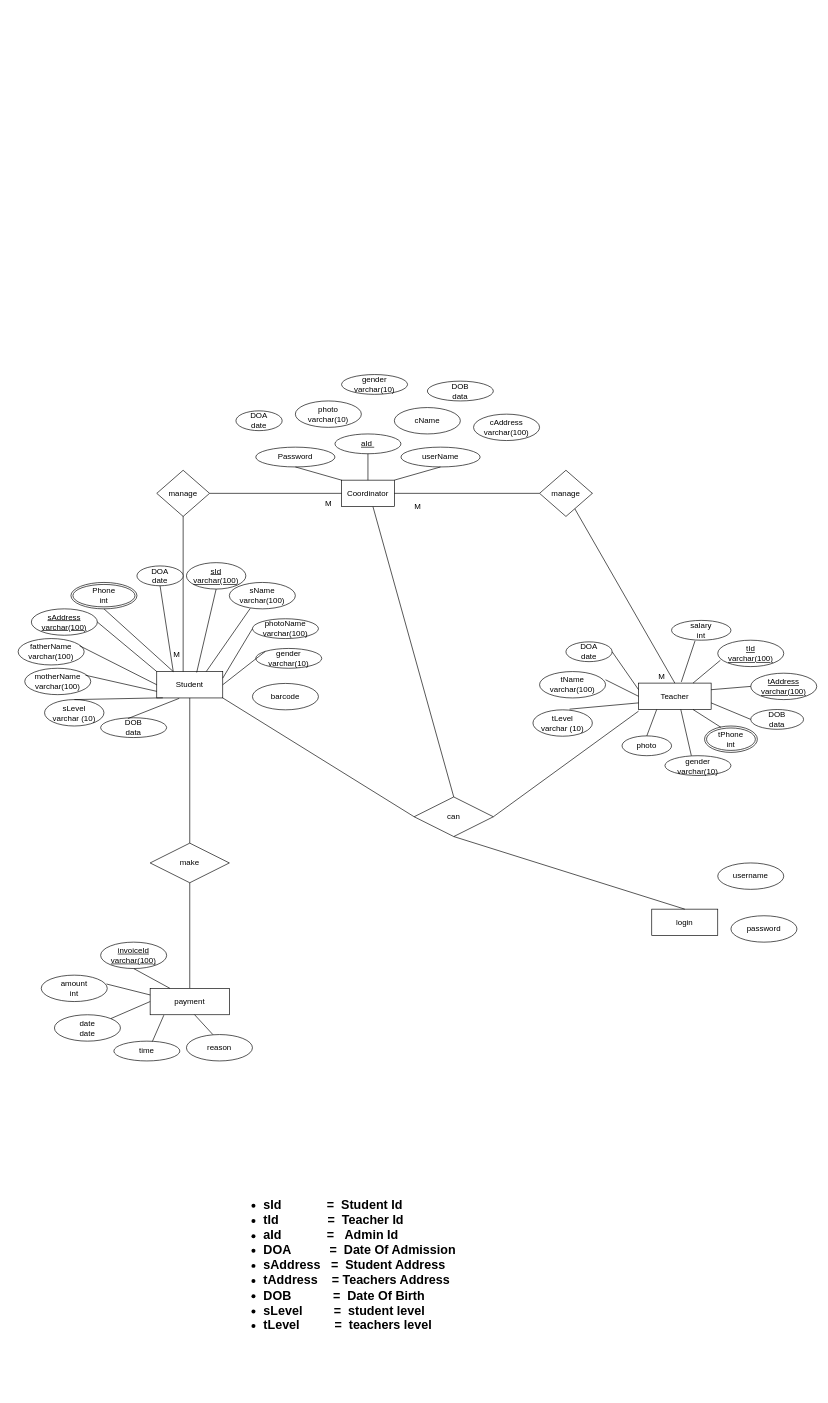
Dulara-Akalanka/Group-Software-Project keeps this draw.io diagram as ER-Diagram.drawio. Above is the earlier version. Source tidied: cells renumbered, new cells numbered last; positions are measured from the earlier drawing's top-left corner, leaving out a move shared by most shapes. Both pictures are drawn from the tidied source at 66%, with x=0, y=0 at pixel (18, 374).
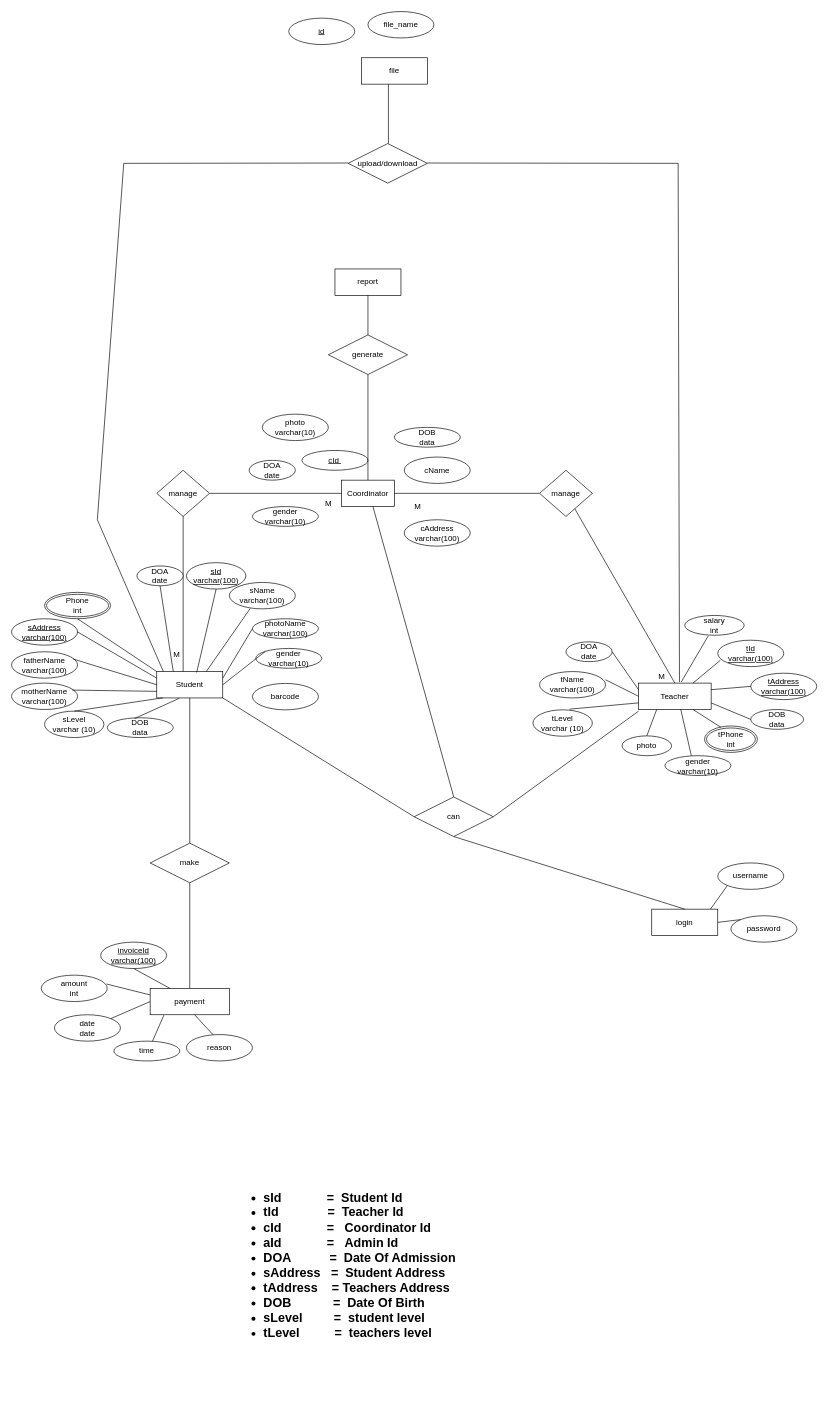
Above is the later version.

The change refers to these unchanged cells:
```xml
<mxCell id="2" value="Student" style="whiteSpace=wrap;html=1;align=center;" parent="1" vertex="1">
  <mxGeometry x="210" y="450" width="100" height="40" as="geometry" />
</mxCell>
<mxCell id="3" value="Teacher" style="whiteSpace=wrap;html=1;align=center;" parent="1" vertex="1">
  <mxGeometry x="940" y="467.5" width="110" height="40" as="geometry" />
</mxCell>
<mxCell id="29" value="Coordinator" style="whiteSpace=wrap;html=1;align=center;" parent="1" vertex="1">
  <mxGeometry x="490" y="160" width="80" height="40" as="geometry" />
</mxCell>
<mxCell id="88" value="login" style="whiteSpace=wrap;html=1;align=center;" parent="1" vertex="1">
  <mxGeometry x="960" y="810" width="100" height="40" as="geometry" />
</mxCell>
<mxCell id="93" value="username" style="ellipse;whiteSpace=wrap;html=1;align=center;" parent="1" vertex="1">
  <mxGeometry x="1060" y="740" width="100" height="40" as="geometry" />
</mxCell>
<mxCell id="94" value="password" style="ellipse;whiteSpace=wrap;html=1;align=center;" parent="1" vertex="1">
  <mxGeometry x="1080" y="820" width="100" height="40" as="geometry" />
</mxCell>
```

Diff of the diagram source:
```diff
@@
     <mxCell id="8" value="sAddress&lt;br&gt;varchar(100)" style="ellipse;whiteSpace=wrap;html=1;align=center;fontStyle=4;" parent="1" vertex="1">
-      <mxGeometry x="20" y="355" width="100" height="40" as="geometry" />
+      <mxGeometry x="-10" y="370" width="100" height="40" as="geometry" />
     </mxCell>
@@
     <mxCell id="10" value="Phone&lt;br&gt;int" style="ellipse;shape=doubleEllipse;margin=3;whiteSpace=wrap;html=1;align=center;" parent="1" vertex="1">
-      <mxGeometry x="80" y="315" width="100" height="40" as="geometry" />
+      <mxGeometry x="40" y="330" width="100" height="40" as="geometry" />
     </mxCell>
@@
     <mxCell id="12" value="motherName&lt;br&gt;varchar(100)" style="ellipse;whiteSpace=wrap;html=1;align=center;" parent="1" vertex="1">
-      <mxGeometry x="10" y="445" width="100" height="40" as="geometry" />
+      <mxGeometry x="-10" y="467.5" width="100" height="40" as="geometry" />
     </mxCell>
     <mxCell id="13" value="fatherName&lt;br&gt;varchar(100)" style="ellipse;whiteSpace=wrap;html=1;align=center;" parent="1" vertex="1">
-      <mxGeometry y="400" width="100" height="40" as="geometry" />
+      <mxGeometry x="-10" y="420" width="100" height="40" as="geometry" />
     </mxCell>
     <mxCell id="14" value="DOB&lt;br&gt;data" style="ellipse;whiteSpace=wrap;html=1;align=center;" parent="1" vertex="1">
-      <mxGeometry x="125" y="520" width="100" height="30" as="geometry" />
+      <mxGeometry x="135" y="520" width="100" height="30" as="geometry" />
     </mxCell>
@@
-    <mxCell id="25" style="endArrow=none;html=1;rounded=0;entryX=0;entryY=0;entryDx=0;entryDy=0;exitX=1;exitY=0.5;exitDx=0;exitDy=0;" parent="1" edge="1" source="8" target="2">
+    <mxCell id="25" style="endArrow=none;html=1;rounded=0;entryX=0;entryY=0.25;entryDx=0;entryDy=0;exitX=1;exitY=0.5;exitDx=0;exitDy=0;entryPerimeter=0;" parent="1" edge="1" source="8" target="2">
       <mxGeometry relative="1" as="geometry" />
     </mxCell>
-    <mxCell id="26" style="endArrow=none;html=1;rounded=0;exitX=0.25;exitY=0;exitDx=0;exitDy=0;entryX=0.5;entryY=1;entryDx=0;entryDy=0;" parent="1" edge="1" source="2" target="10">
+    <mxCell id="26" style="endArrow=none;html=1;rounded=0;exitX=0;exitY=0;exitDx=0;exitDy=0;entryX=0.5;entryY=1;entryDx=0;entryDy=0;" parent="1" edge="1" source="2" target="10">
       <mxGeometry relative="1" as="geometry" />
     </mxCell>
@@
     <mxCell id="44" value="salary&lt;br&gt;int" style="ellipse;whiteSpace=wrap;html=1;" parent="1" vertex="1">
-      <mxGeometry x="990" y="372.5" width="90" height="30" as="geometry" />
+      <mxGeometry x="1010" y="365" width="90" height="30" as="geometry" />
     </mxCell>
@@
-    <mxCell id="55" value="&lt;blockquote style=&quot;margin: 0 0 0 40px; border: none; padding: 0px;&quot;&gt;&lt;div style=&quot;&quot;&gt;&lt;div style=&quot;font-size: 19px;&quot;&gt;&lt;ul&gt;&lt;li&gt;&lt;b&gt;&lt;span style=&quot;background-color: initial;&quot;&gt;sId&amp;nbsp; &amp;nbsp; &amp;nbsp; &amp;nbsp; &amp;nbsp; &amp;nbsp; &amp;nbsp;=&amp;nbsp;&amp;nbsp;&lt;/span&gt;&lt;span style=&quot;background-color: initial;&quot;&gt;Student Id&lt;/span&gt;&lt;/b&gt;&lt;/li&gt;&lt;li&gt;&lt;span style=&quot;background-color: initial;&quot;&gt;&lt;b&gt;tId&amp;nbsp; &amp;nbsp; &amp;nbsp; &amp;nbsp; &amp;nbsp; &amp;nbsp; &amp;nbsp; =&amp;nbsp; Teacher Id&amp;nbsp;&amp;nbsp;&lt;/b&gt;&lt;/span&gt;&lt;/li&gt;&lt;li&gt;&lt;span style=&quot;background-color: initial;&quot;&gt;&lt;b&gt;aId&amp;nbsp; &amp;nbsp; &amp;nbsp; &amp;nbsp; &amp;nbsp; &amp;nbsp; &amp;nbsp;=&amp;nbsp; &amp;nbsp;&lt;b style=&quot;border-color: var(--border-color);&quot;&gt;Admin Id&lt;/b&gt;&amp;nbsp;&amp;nbsp; &amp;nbsp; &amp;nbsp; &amp;nbsp; &amp;nbsp;&amp;nbsp;&lt;/b&gt;&lt;/span&gt;&lt;/li&gt;&lt;li&gt;&lt;span style=&quot;background-color: initial;&quot;&gt;&lt;b&gt;DOA&amp;nbsp; &amp;nbsp; &amp;nbsp; &amp;nbsp; &amp;nbsp; &amp;nbsp;=&amp;nbsp; Date Of Admission&lt;/b&gt;&lt;/span&gt;&lt;/li&gt;&lt;li&gt;&lt;span style=&quot;background-color: initial;&quot;&gt;&lt;b&gt;sAddress&amp;nbsp; &amp;nbsp;=&amp;nbsp; Student Address&lt;/b&gt;&lt;/span&gt;&lt;/li&gt;&lt;li&gt;&lt;span style=&quot;background-color: initial;&quot;&gt;&lt;b&gt;tAddress&amp;nbsp; &amp;nbsp; = Teachers Address&lt;/b&gt;&lt;/span&gt;&lt;/li&gt;&lt;li&gt;&lt;span style=&quot;background-color: initial;&quot;&gt;&lt;b&gt;DOB&amp;nbsp; &amp;nbsp; &amp;nbsp; &amp;nbsp; &amp;nbsp; &amp;nbsp; =&amp;nbsp; Date Of Birth&lt;/b&gt;&lt;/span&gt;&lt;/li&gt;&lt;li&gt;&lt;span style=&quot;background-color: initial;&quot;&gt;&lt;b&gt;sLevel&amp;nbsp; &amp;nbsp; &amp;nbsp; &amp;nbsp; &amp;nbsp;=&amp;nbsp; student level&lt;/b&gt;&lt;/span&gt;&lt;/li&gt;&lt;li&gt;&lt;span style=&quot;background-color: initial;&quot;&gt;&lt;b&gt;tLevel&amp;nbsp; &amp;nbsp; &amp;nbsp; &amp;nbsp; &amp;nbsp; =&amp;nbsp; teachers level&lt;/b&gt;&lt;/span&gt;&lt;/li&gt;&lt;/ul&gt;&lt;/div&gt;&lt;/div&gt;&lt;/blockquote&gt;" style="text;html=1;strokeColor=none;fillColor=none;align=left;verticalAlign=middle;whiteSpace=wrap;rounded=0;" parent="1" vertex="1">
+    <mxCell id="55" value="&lt;blockquote style=&quot;margin: 0 0 0 40px; border: none; padding: 0px;&quot;&gt;&lt;div style=&quot;&quot;&gt;&lt;div style=&quot;font-size: 19px;&quot;&gt;&lt;ul&gt;&lt;li&gt;&lt;b&gt;&lt;span style=&quot;background-color: initial;&quot;&gt;sId&amp;nbsp; &amp;nbsp; &amp;nbsp; &amp;nbsp; &amp;nbsp; &amp;nbsp; &amp;nbsp;=&amp;nbsp;&amp;nbsp;&lt;/span&gt;&lt;span style=&quot;background-color: initial;&quot;&gt;Student Id&lt;/span&gt;&lt;/b&gt;&lt;/li&gt;&lt;li&gt;&lt;span style=&quot;background-color: initial;&quot;&gt;&lt;b&gt;tId&amp;nbsp; &amp;nbsp; &amp;nbsp; &amp;nbsp; &amp;nbsp; &amp;nbsp; &amp;nbsp; =&amp;nbsp; Teacher Id&amp;nbsp;&lt;/b&gt;&lt;/span&gt;&lt;/li&gt;&lt;li&gt;&lt;span style=&quot;background-color: initial;&quot;&gt;&lt;b&gt;cId&amp;nbsp; &amp;nbsp; &amp;nbsp; &amp;nbsp; &amp;nbsp; &amp;nbsp; &amp;nbsp;=&amp;nbsp; &amp;nbsp;Coordinator Id&amp;nbsp;&lt;/b&gt;&lt;/span&gt;&lt;/li&gt;&lt;li&gt;&lt;span style=&quot;background-color: initial;&quot;&gt;&lt;b&gt;aId&amp;nbsp; &amp;nbsp; &amp;nbsp; &amp;nbsp; &amp;nbsp; &amp;nbsp; &amp;nbsp;=&amp;nbsp; &amp;nbsp;&lt;b style=&quot;border-color: var(--border-color);&quot;&gt;Admin Id&lt;/b&gt;&amp;nbsp;&amp;nbsp; &amp;nbsp; &amp;nbsp; &amp;nbsp; &amp;nbsp;&amp;nbsp;&lt;/b&gt;&lt;/span&gt;&lt;/li&gt;&lt;li&gt;&lt;span style=&quot;background-color: initial;&quot;&gt;&lt;b&gt;DOA&amp;nbsp; &amp;nbsp; &amp;nbsp; &amp;nbsp; &amp;nbsp; &amp;nbsp;=&amp;nbsp; Date Of Admission&lt;/b&gt;&lt;/span&gt;&lt;/li&gt;&lt;li&gt;&lt;span style=&quot;background-color: initial;&quot;&gt;&lt;b&gt;sAddress&amp;nbsp; &amp;nbsp;=&amp;nbsp; Student Address&lt;/b&gt;&lt;/span&gt;&lt;/li&gt;&lt;li&gt;&lt;span style=&quot;background-color: initial;&quot;&gt;&lt;b&gt;tAddress&amp;nbsp; &amp;nbsp; = Teachers Address&lt;/b&gt;&lt;/span&gt;&lt;/li&gt;&lt;li&gt;&lt;span style=&quot;background-color: initial;&quot;&gt;&lt;b&gt;DOB&amp;nbsp; &amp;nbsp; &amp;nbsp; &amp;nbsp; &amp;nbsp; &amp;nbsp; =&amp;nbsp; Date Of Birth&lt;/b&gt;&lt;/span&gt;&lt;/li&gt;&lt;li&gt;&lt;span style=&quot;background-color: initial;&quot;&gt;&lt;b&gt;sLevel&amp;nbsp; &amp;nbsp; &amp;nbsp; &amp;nbsp; &amp;nbsp;=&amp;nbsp; student level&lt;/b&gt;&lt;/span&gt;&lt;/li&gt;&lt;li&gt;&lt;span style=&quot;background-color: initial;&quot;&gt;&lt;b&gt;tLevel&amp;nbsp; &amp;nbsp; &amp;nbsp; &amp;nbsp; &amp;nbsp; =&amp;nbsp; teachers level&lt;/b&gt;&lt;/span&gt;&lt;/li&gt;&lt;/ul&gt;&lt;/div&gt;&lt;/div&gt;&lt;/blockquote&gt;" style="text;html=1;strokeColor=none;fillColor=none;align=left;verticalAlign=middle;whiteSpace=wrap;rounded=0;" parent="1" vertex="1">
       <mxGeometry x="290" y="1160" width="510" height="380" as="geometry" />
     </mxCell>
-    <mxCell id="56" value="&lt;u&gt;aId&amp;nbsp;&lt;/u&gt;" style="ellipse;whiteSpace=wrap;html=1;" parent="1" vertex="1">
-      <mxGeometry x="480" y="90" width="100" height="30" as="geometry" />
+    <mxCell id="56" value="&lt;u&gt;cId&amp;nbsp;&lt;/u&gt;" style="ellipse;whiteSpace=wrap;html=1;" parent="1" vertex="1">
+      <mxGeometry x="430" y="115" width="100" height="30" as="geometry" />
     </mxCell>
-    <mxCell id="57" value="userName" style="ellipse;whiteSpace=wrap;html=1;" parent="1" vertex="1">
-      <mxGeometry x="580" y="110" width="120" height="30" as="geometry" />
-    </mxCell>
-    <mxCell id="58" value="Password" style="ellipse;whiteSpace=wrap;html=1;" parent="1" vertex="1">
-      <mxGeometry x="360" y="110" width="120" height="30" as="geometry" />
-    </mxCell>
-    <mxCell id="59" style="endArrow=none;html=1;rounded=0;entryX=0.5;entryY=1;entryDx=0;entryDy=0;exitX=0.5;exitY=0;exitDx=0;exitDy=0;" parent="1" edge="1" source="29" target="56">
-      <mxGeometry relative="1" as="geometry" />
+    <mxCell id="59" style="endArrow=none;html=1;rounded=0;exitX=0.5;exitY=0;exitDx=0;exitDy=0;" parent="1" edge="1" source="29">
+      <mxGeometry relative="1" as="geometry">
+        <mxPoint x="530" as="targetPoint" />
+      </mxGeometry>
     </mxCell>
-    <mxCell id="60" style="endArrow=none;html=1;rounded=0;entryX=0.5;entryY=1;entryDx=0;entryDy=0;exitX=1;exitY=0;exitDx=0;exitDy=0;" parent="1" edge="1" source="29" target="57">
-      <mxGeometry relative="1" as="geometry" />
-    </mxCell>
-    <mxCell id="61" style="endArrow=none;html=1;rounded=0;exitX=0;exitY=0;exitDx=0;exitDy=0;entryX=0.5;entryY=1;entryDx=0;entryDy=0;" parent="1" edge="1" source="29" target="58">
-      <mxGeometry relative="1" as="geometry" />
-    </mxCell>
@@
     <mxCell id="69" value="cName" style="ellipse;whiteSpace=wrap;html=1;align=center;" parent="1" vertex="1">
-      <mxGeometry x="570" y="50" width="100" height="40" as="geometry" />
+      <mxGeometry x="585" y="125" width="100" height="40" as="geometry" />
     </mxCell>
     <mxCell id="70" value="cAddress&lt;br&gt;varchar(100)" style="ellipse;whiteSpace=wrap;html=1;align=center;" parent="1" vertex="1">
-      <mxGeometry x="690" y="60" width="100" height="40" as="geometry" />
+      <mxGeometry x="585" y="220" width="100" height="40" as="geometry" />
     </mxCell>
     <mxCell id="71" value="photo&lt;br&gt;varchar(10)" style="ellipse;whiteSpace=wrap;html=1;align=center;" parent="1" vertex="1">
-      <mxGeometry x="420" y="40" width="100" height="40" as="geometry" />
+      <mxGeometry x="370" y="60" width="100" height="40" as="geometry" />
     </mxCell>
     <mxCell id="72" value="gender&lt;br&gt;varchar(10)" style="ellipse;whiteSpace=wrap;html=1;align=center;" parent="1" vertex="1">
-      <mxGeometry x="490" width="100" height="30" as="geometry" />
+      <mxGeometry x="355" y="200" width="100" height="30" as="geometry" />
     </mxCell>
@@
     <mxCell id="74" value="DOB&lt;br&gt;data" style="ellipse;whiteSpace=wrap;html=1;align=center;" parent="1" vertex="1">
-      <mxGeometry x="620" y="10" width="100" height="30" as="geometry" />
+      <mxGeometry x="570" y="80" width="100" height="30" as="geometry" />
     </mxCell>
     <mxCell id="75" value="DOA&lt;br&gt;date" style="ellipse;whiteSpace=wrap;html=1;" parent="1" vertex="1">
-      <mxGeometry x="330" y="55" width="70" height="30" as="geometry" />
+      <mxGeometry x="350" y="130" width="70" height="30" as="geometry" />
     </mxCell>
     <mxCell id="76" value="sLevel&lt;br&gt;varchar (10)" style="ellipse;whiteSpace=wrap;html=1;align=center;" parent="1" vertex="1">
-      <mxGeometry x="40" y="492.5" width="90" height="40" as="geometry" />
+      <mxGeometry x="40" y="510" width="90" height="40" as="geometry" />
     </mxCell>
@@
+    <mxCell id="95" style="endArrow=none;html=1;rounded=0;exitX=0.89;exitY=0;exitDx=0;exitDy=0;exitPerimeter=0;entryX=0;entryY=1;entryDx=0;entryDy=0;" parent="1" edge="1" source="88" target="93">
+      <mxGeometry relative="1" as="geometry" />
+    </mxCell>
+    <mxCell id="96" style="endArrow=none;html=1;rounded=0;exitX=1;exitY=0.5;exitDx=0;exitDy=0;entryX=0;entryY=0;entryDx=0;entryDy=0;" parent="1" edge="1" source="88" target="94">
+      <mxGeometry relative="1" as="geometry" />
+    </mxCell>
+    <mxCell id="97" value="upload/download" style="shape=rhombus;perimeter=rhombusPerimeter;whiteSpace=wrap;html=1;align=center;" parent="1" vertex="1">
+      <mxGeometry x="500" y="-350" width="120" height="60" as="geometry" />
+    </mxCell>
+    <mxCell id="98" style="endArrow=none;html=1;rounded=0;entryX=0.5;entryY=1;entryDx=0;entryDy=0;" parent="1" edge="1">
+      <mxGeometry relative="1" as="geometry">
+        <mxPoint x="561" y="-350" as="sourcePoint" />
+        <mxPoint x="561" y="-440" as="targetPoint" />
+      </mxGeometry>
+    </mxCell>
+    <mxCell id="99" style="endArrow=none;html=1;rounded=0;entryX=0.564;entryY=-0.037;entryDx=0;entryDy=0;entryPerimeter=0;" parent="1" edge="1" target="3">
+      <mxGeometry relative="1" as="geometry">
+        <mxPoint x="620" y="-320.5" as="sourcePoint" />
+        <Array as="points">
+          <mxPoint x="1000" y="-320" />
+        </Array>
+      </mxGeometry>
+    </mxCell>
+    <mxCell id="100" style="endArrow=none;html=1;rounded=0;" parent="1" edge="1">
+      <mxGeometry relative="1" as="geometry">
+        <mxPoint x="220" y="450" as="sourcePoint" />
+        <mxPoint x="500" y="-320.5" as="targetPoint" />
+        <Array as="points">
+          <mxPoint x="120" y="220" />
+          <mxPoint x="160" y="-320" />
+        </Array>
+      </mxGeometry>
+    </mxCell>
+    <mxCell id="101" value="id&lt;br&gt;" style="ellipse;whiteSpace=wrap;html=1;align=center;fontStyle=4;" parent="1" vertex="1">
+      <mxGeometry x="410" y="-540" width="100" height="40" as="geometry" />
+    </mxCell>
+    <mxCell id="102" value="file_name" style="ellipse;whiteSpace=wrap;html=1;align=center;" parent="1" vertex="1">
+      <mxGeometry x="530" y="-550" width="100" height="40" as="geometry" />
+    </mxCell>
+    <mxCell id="103" value="generate" style="shape=rhombus;perimeter=rhombusPerimeter;whiteSpace=wrap;html=1;align=center;" parent="1" vertex="1">
+      <mxGeometry x="470" y="-60" width="120" height="60" as="geometry" />
+    </mxCell>
+    <mxCell id="104" value="file" style="whiteSpace=wrap;html=1;align=center;" parent="1" vertex="1">
+      <mxGeometry x="520" y="-480" width="100" height="40" as="geometry" />
+    </mxCell>
+    <mxCell id="105" value="report" style="whiteSpace=wrap;html=1;align=center;" parent="1" vertex="1">
+      <mxGeometry x="480" y="-160" width="100" height="40" as="geometry" />
+    </mxCell>
+    <mxCell id="106" style="endArrow=none;html=1;rounded=0;exitX=0.5;exitY=0;exitDx=0;exitDy=0;entryX=0.5;entryY=1;entryDx=0;entryDy=0;" parent="1" edge="1" source="103" target="105">
+      <mxGeometry relative="1" as="geometry" />
+    </mxCell>
```
